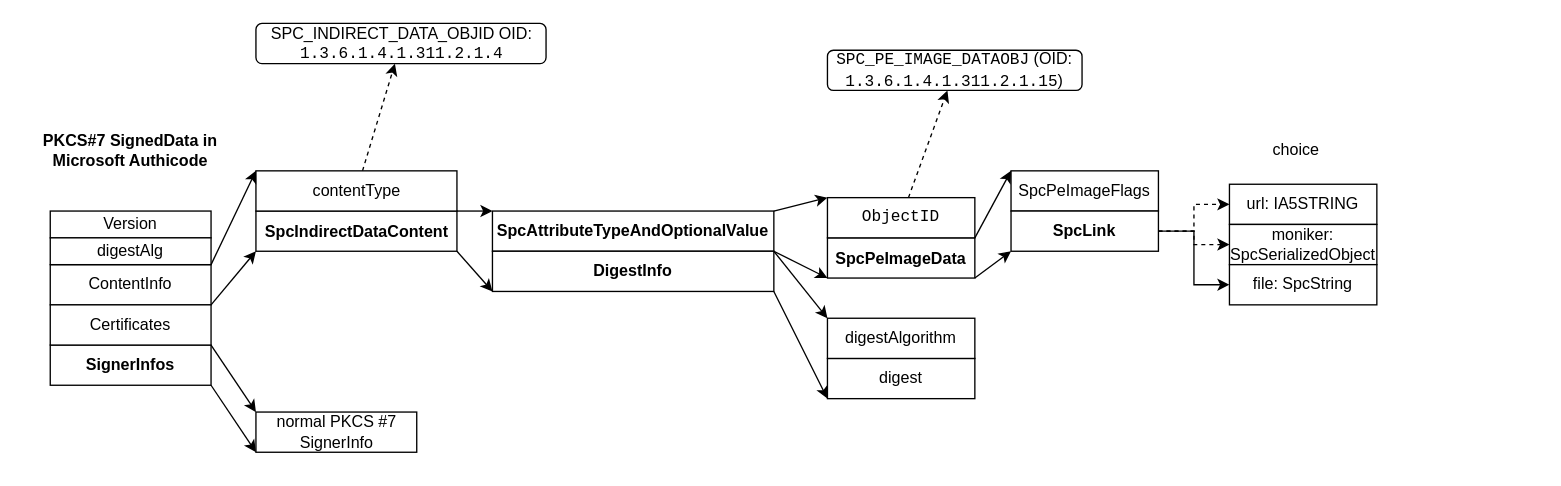
Before: signedData.drawio in pkking/mydrawio, a draw.io diagram. Source tidied: cells renumbered, new cells numbered last; positions are measured from the earlier drawing's top-left corner, leaving out a move shared by most shapes. Both pictures are drawn from the tidied source at 134%, with x=0, y=0 at pixel (23, 23).
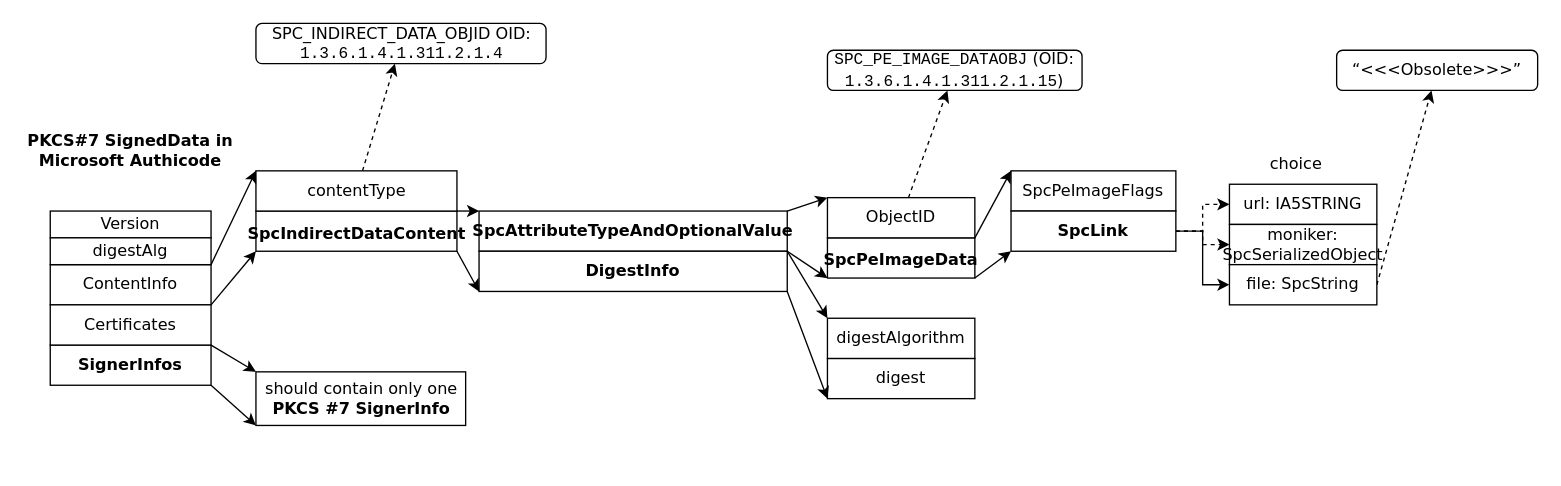
The same page after the edit.

The edit, as a diff of the source:
```diff
@@
-    <mxCell id="2" value="Version" style="rounded=0;whiteSpace=wrap;html=1;fontFamily=Helvetica;" parent="1" vertex="1">
+    <mxCell id="2" value="Version" style="rounded=0;whiteSpace=wrap;html=1;fontFamily=Verdana;" parent="1" vertex="1">
       <mxGeometry x="20" y="140" width="120" height="20" as="geometry" />
     </mxCell>
-    <mxCell id="3" value="ContentInfo" style="rounded=0;whiteSpace=wrap;html=1;fontFamily=Helvetica;" parent="1" vertex="1">
+    <mxCell id="3" value="ContentInfo" style="rounded=0;whiteSpace=wrap;html=1;fontFamily=Verdana;" parent="1" vertex="1">
       <mxGeometry x="20" y="180" width="120" height="30" as="geometry" />
     </mxCell>
-    <mxCell id="4" value="SignerInfos" style="rounded=0;whiteSpace=wrap;html=1;fontFamily=Helvetica;fontStyle=1;" parent="1" vertex="1">
+    <mxCell id="4" value="SignerInfos" style="rounded=0;whiteSpace=wrap;html=1;fontFamily=Verdana;fontStyle=1;" parent="1" vertex="1">
       <mxGeometry x="20" y="240" width="120" height="30" as="geometry" />
     </mxCell>
-    <mxCell id="5" value="digestAlg" style="rounded=0;whiteSpace=wrap;html=1;fontFamily=Helvetica;" parent="1" vertex="1">
+    <mxCell id="5" value="digestAlg" style="rounded=0;whiteSpace=wrap;html=1;fontFamily=Verdana;" parent="1" vertex="1">
       <mxGeometry x="20" y="160" width="120" height="20" as="geometry" />
     </mxCell>
-    <mxCell id="6" value="Certificates" style="rounded=0;whiteSpace=wrap;html=1;fontFamily=Helvetica;" parent="1" vertex="1">
+    <mxCell id="6" value="Certificates" style="rounded=0;whiteSpace=wrap;html=1;fontFamily=Verdana;" parent="1" vertex="1">
       <mxGeometry x="20" y="210" width="120" height="30" as="geometry" />
     </mxCell>
-    <mxCell id="7" value="&lt;font&gt;&lt;b&gt;PKCS#7 SignedData in Microsoft Authicode&lt;br&gt;&lt;/b&gt;&lt;/font&gt;" style="text;html=1;strokeColor=none;fillColor=none;align=center;verticalAlign=middle;whiteSpace=wrap;rounded=0;fontFamily=Helvetica;" parent="1" vertex="1">
+    <mxCell id="7" value="&lt;font&gt;&lt;b&gt;PKCS#7 SignedData in Microsoft Authicode&lt;br&gt;&lt;/b&gt;&lt;/font&gt;" style="text;html=1;strokeColor=none;fillColor=none;align=center;verticalAlign=middle;whiteSpace=wrap;rounded=0;fontFamily=Verdana;" parent="1" vertex="1">
       <mxGeometry y="80" width="160" height="30" as="geometry" />
     </mxCell>
-    <mxCell id="8" value="&lt;div align=&quot;center&quot;&gt;&lt;span style=&quot;mso-bidi-font-weight:normal&quot;&gt;SpcIndirectDataContent&lt;/span&gt;&lt;span style=&quot;font-size: 11pt;&quot; lang=&quot;EN-US&quot;&gt; &lt;/span&gt;&lt;/div&gt;" style="rounded=0;whiteSpace=wrap;html=1;fontFamily=Helvetica;fontStyle=1;align=center;" parent="1" vertex="1">
+    <mxCell id="8" value="&lt;div align=&quot;center&quot;&gt;&lt;span style=&quot;mso-bidi-font-weight:normal&quot;&gt;SpcIndirectDataContent&lt;/span&gt;&lt;span style=&quot;font-size: 11pt;&quot; lang=&quot;EN-US&quot;&gt; &lt;/span&gt;&lt;/div&gt;" style="rounded=0;whiteSpace=wrap;html=1;fontFamily=Verdana;fontStyle=1;align=center;" parent="1" vertex="1">
       <mxGeometry x="173.5" y="140" width="150" height="30" as="geometry" />
     </mxCell>
-    <mxCell id="9" style="rounded=0;jettySize=auto;html=1;dashed=1;" parent="1" edge="1" source="10" target="40">
+    <mxCell id="9" style="rounded=0;jettySize=auto;html=1;dashed=1;fontFamily=Verdana;" parent="1" edge="1" source="10" target="40">
       <mxGeometry relative="1" as="geometry" />
     </mxCell>
-    <mxCell id="10" value="&lt;span style=&quot;mso-bidi-font-weight:normal&quot;&gt;contentType&lt;br&gt;&lt;/span&gt;" style="rounded=0;whiteSpace=wrap;html=1;fontFamily=Helvetica;fontStyle=0;" parent="1" vertex="1">
+    <mxCell id="10" value="&lt;span style=&quot;mso-bidi-font-weight:normal&quot;&gt;contentType&lt;br&gt;&lt;/span&gt;" style="rounded=0;whiteSpace=wrap;html=1;fontFamily=Verdana;fontStyle=0;" parent="1" vertex="1">
       <mxGeometry x="173.5" y="110" width="150" height="30" as="geometry" />
     </mxCell>
-    <mxCell id="11" style="endArrow=classic;html=1;rounded=0;entryX=0;entryY=0;entryDx=0;entryDy=0;fontFamily=Helvetica;" parent="1" edge="1" target="10">
+    <mxCell id="11" style="endArrow=classic;html=1;rounded=0;entryX=0;entryY=0;entryDx=0;entryDy=0;fontFamily=Verdana;" parent="1" edge="1" target="10">
       <mxGeometry relative="1" as="geometry">
         <mxPoint x="140" y="180" as="sourcePoint" />
       </mxGeometry>
     </mxCell>
-    <mxCell id="12" style="endArrow=classic;html=1;rounded=0;exitX=1;exitY=1;exitDx=0;exitDy=0;entryX=0;entryY=1;entryDx=0;entryDy=0;fontFamily=Helvetica;" parent="1" edge="1" source="3" target="8">
+    <mxCell id="12" style="endArrow=classic;html=1;rounded=0;exitX=1;exitY=1;exitDx=0;exitDy=0;entryX=0;entryY=1;entryDx=0;entryDy=0;fontFamily=Verdana;" parent="1" edge="1" source="3" target="8">
       <mxGeometry relative="1" as="geometry" />
     </mxCell>
-    <mxCell id="13" value="SpcAttributeTypeAndOptionalValue" style="rounded=0;whiteSpace=wrap;html=1;fontFamily=Helvetica;fontStyle=1;" parent="1" vertex="1">
-      <mxGeometry x="350" y="140" width="210" height="30" as="geometry" />
+    <mxCell id="13" value="SpcAttributeTypeAndOptionalValue" style="rounded=0;whiteSpace=wrap;html=1;fontFamily=Verdana;fontStyle=1;" parent="1" vertex="1">
+      <mxGeometry x="340" y="140" width="230" height="30" as="geometry" />
     </mxCell>
-    <mxCell id="14" value="DigestInfo" style="rounded=0;whiteSpace=wrap;html=1;fontFamily=Helvetica;fontStyle=1;" parent="1" vertex="1">
-      <mxGeometry x="350" y="170" width="210" height="30" as="geometry" />
+    <mxCell id="14" value="DigestInfo" style="rounded=0;whiteSpace=wrap;html=1;fontFamily=Verdana;fontStyle=1;" parent="1" vertex="1">
+      <mxGeometry x="340" y="170" width="230" height="30" as="geometry" />
     </mxCell>
-    <mxCell id="15" style="endArrow=classic;html=1;rounded=0;entryX=0;entryY=0;entryDx=0;entryDy=0;exitX=1;exitY=1;exitDx=0;exitDy=0;fontFamily=Helvetica;" parent="1" edge="1" source="10" target="13">
+    <mxCell id="15" style="endArrow=classic;html=1;rounded=0;entryX=0;entryY=0;entryDx=0;entryDy=0;exitX=1;exitY=1;exitDx=0;exitDy=0;fontFamily=Verdana;" parent="1" edge="1" source="10" target="13">
       <mxGeometry relative="1" as="geometry" />
     </mxCell>
-    <mxCell id="16" style="endArrow=classic;html=1;rounded=0;exitX=1;exitY=1;exitDx=0;exitDy=0;entryX=0;entryY=1;entryDx=0;entryDy=0;fontFamily=Helvetica;" parent="1" edge="1" source="8" target="14">
+    <mxCell id="16" style="endArrow=classic;html=1;rounded=0;exitX=1;exitY=1;exitDx=0;exitDy=0;entryX=0;entryY=1;entryDx=0;entryDy=0;fontFamily=Verdana;" parent="1" edge="1" source="8" target="14">
       <mxGeometry relative="1" as="geometry" />
     </mxCell>
-    <mxCell id="17" value="&lt;b style=&quot;mso-bidi-font-weight:normal&quot;&gt;SpcPeImageData&lt;/b&gt;&lt;span style=&quot;font-size: 11pt;&quot; lang=&quot;EN-US&quot;&gt; &lt;/span&gt;" style="rounded=0;whiteSpace=wrap;html=1;fontFamily=Helvetica;" parent="1" vertex="1">
+    <mxCell id="17" value="&lt;b style=&quot;mso-bidi-font-weight:normal&quot;&gt;SpcPeImageData&lt;/b&gt;&lt;span style=&quot;font-size: 11pt;&quot; lang=&quot;EN-US&quot;&gt; &lt;/span&gt;" style="rounded=0;whiteSpace=wrap;html=1;fontFamily=Verdana;" parent="1" vertex="1">
       <mxGeometry x="600" y="160" width="110" height="30" as="geometry" />
     </mxCell>
-    <mxCell id="18" style="rounded=0;jettySize=auto;html=1;dashed=1;" parent="1" edge="1" source="19" target="41">
+    <mxCell id="18" style="rounded=0;jettySize=auto;html=1;dashed=1;fontFamily=Verdana;" parent="1" edge="1" source="19" target="41">
       <mxGeometry relative="1" as="geometry" />
     </mxCell>
-    <mxCell id="19" value="&lt;pre&gt;ObjectID&lt;/pre&gt;" style="rounded=0;whiteSpace=wrap;html=1;fontFamily=Helvetica;" parent="1" vertex="1">
+    <mxCell id="19" value="&lt;div&gt;ObjectID&lt;/div&gt;" style="rounded=0;whiteSpace=wrap;html=1;fontFamily=Verdana;" parent="1" vertex="1">
       <mxGeometry x="600" y="130" width="110" height="30" as="geometry" />
     </mxCell>
-    <mxCell id="20" style="endArrow=classic;html=1;rounded=0;entryX=0;entryY=0;entryDx=0;entryDy=0;fontFamily=Helvetica;" parent="1" edge="1" target="19">
-      <mxGeometry relative="1" as="geometry">
-        <mxPoint x="560" y="140" as="sourcePoint" />
-      </mxGeometry>
+    <mxCell id="20" style="endArrow=classic;html=1;rounded=0;entryX=0;entryY=0;entryDx=0;entryDy=0;fontFamily=Verdana;exitX=1;exitY=0;exitDx=0;exitDy=0;" parent="1" edge="1" source="13" target="19">
+      <mxGeometry relative="1" as="geometry" />
     </mxCell>
-    <mxCell id="21" style="endArrow=classic;html=1;rounded=0;entryX=0;entryY=1;entryDx=0;entryDy=0;exitX=1;exitY=0;exitDx=0;exitDy=0;fontFamily=Helvetica;" parent="1" edge="1" source="14" target="17">
+    <mxCell id="21" style="endArrow=classic;html=1;rounded=0;entryX=0;entryY=1;entryDx=0;entryDy=0;exitX=1;exitY=0;exitDx=0;exitDy=0;fontFamily=Verdana;" parent="1" edge="1" source="14" target="17">
       <mxGeometry relative="1" as="geometry" />
     </mxCell>
-    <mxCell id="22" value="&lt;p class=&quot;DT&quot;&gt;digest&lt;/p&gt;" style="rounded=0;whiteSpace=wrap;html=1;fontFamily=Helvetica;" parent="1" vertex="1">
+    <mxCell id="22" value="&lt;p class=&quot;DT&quot;&gt;digest&lt;/p&gt;" style="rounded=0;whiteSpace=wrap;html=1;fontFamily=Verdana;" parent="1" vertex="1">
       <mxGeometry x="600" y="250" width="110" height="30" as="geometry" />
     </mxCell>
-    <mxCell id="23" value="&lt;p class=&quot;DT&quot;&gt;digestAlgorithm&lt;/p&gt;" style="rounded=0;whiteSpace=wrap;html=1;fontFamily=Helvetica;" parent="1" vertex="1">
+    <mxCell id="23" value="&lt;p class=&quot;DT&quot;&gt;digestAlgorithm&lt;/p&gt;" style="rounded=0;whiteSpace=wrap;html=1;fontFamily=Verdana;" parent="1" vertex="1">
       <mxGeometry x="600" y="220" width="110" height="30" as="geometry" />
     </mxCell>
-    <mxCell id="24" style="endArrow=classic;html=1;rounded=0;entryX=0;entryY=0;entryDx=0;entryDy=0;exitX=1;exitY=0;exitDx=0;exitDy=0;fontFamily=Helvetica;" parent="1" edge="1" source="14" target="23">
+    <mxCell id="24" style="endArrow=classic;html=1;rounded=0;entryX=0;entryY=0;entryDx=0;entryDy=0;exitX=1;exitY=0;exitDx=0;exitDy=0;fontFamily=Verdana;" parent="1" edge="1" source="14" target="23">
       <mxGeometry relative="1" as="geometry" />
     </mxCell>
-    <mxCell id="25" style="endArrow=classic;html=1;rounded=0;entryX=0;entryY=1;entryDx=0;entryDy=0;exitX=1;exitY=0;exitDx=0;exitDy=0;fontFamily=Helvetica;" parent="1" edge="1" target="22">
-      <mxGeometry relative="1" as="geometry">
-        <mxPoint x="560" y="200" as="sourcePoint" />
-      </mxGeometry>
+    <mxCell id="25" style="endArrow=classic;html=1;rounded=0;entryX=0;entryY=1;entryDx=0;entryDy=0;exitX=1;exitY=1;exitDx=0;exitDy=0;fontFamily=Verdana;" parent="1" edge="1" source="14" target="22">
+      <mxGeometry relative="1" as="geometry" />
     </mxCell>
-    <mxCell id="26" value="SpcPeImageFlags " style="rounded=0;whiteSpace=wrap;html=1;fontFamily=Helvetica;" parent="1" vertex="1">
-      <mxGeometry x="737" y="110" width="110" height="30" as="geometry" />
+    <mxCell id="26" value="SpcPeImageFlags " style="rounded=0;whiteSpace=wrap;html=1;fontFamily=Verdana;" parent="1" vertex="1">
+      <mxGeometry x="737" y="110" width="123" height="30" as="geometry" />
     </mxCell>
-    <mxCell id="27" style="edgeStyle=orthogonalEdgeStyle;rounded=0;jettySize=auto;html=1;entryX=0;entryY=0.5;entryDx=0;entryDy=0;dashed=1;fontFamily=Helvetica;" parent="1" edge="1" source="30" target="33">
+    <mxCell id="27" style="edgeStyle=orthogonalEdgeStyle;rounded=0;jettySize=auto;html=1;entryX=0;entryY=0.5;entryDx=0;entryDy=0;dashed=1;fontFamily=Verdana;" parent="1" edge="1" source="30" target="33">
       <mxGeometry relative="1" as="geometry" />
     </mxCell>
-    <mxCell id="28" style="edgeStyle=orthogonalEdgeStyle;rounded=0;jettySize=auto;html=1;dashed=1;fontFamily=Helvetica;" parent="1" edge="1" source="30" target="34">
+    <mxCell id="28" style="edgeStyle=orthogonalEdgeStyle;rounded=0;jettySize=auto;html=1;dashed=1;fontFamily=Verdana;" parent="1" edge="1" source="30" target="34">
       <mxGeometry relative="1" as="geometry" />
     </mxCell>
-    <mxCell id="29" style="edgeStyle=orthogonalEdgeStyle;rounded=0;jettySize=auto;html=1;entryX=0;entryY=0.5;entryDx=0;entryDy=0;fontFamily=Helvetica;" parent="1" edge="1" source="30" target="35">
+    <mxCell id="29" style="edgeStyle=orthogonalEdgeStyle;rounded=0;jettySize=auto;html=1;entryX=0;entryY=0.5;entryDx=0;entryDy=0;fontFamily=Verdana;" parent="1" edge="1" source="30" target="35">
       <mxGeometry relative="1" as="geometry" />
     </mxCell>
-    <mxCell id="30" value="SpcLink" style="rounded=0;whiteSpace=wrap;html=1;fontFamily=Helvetica;fontStyle=1;" parent="1" vertex="1">
-      <mxGeometry x="737" y="140" width="110" height="30" as="geometry" />
+    <mxCell id="30" value="SpcLink" style="rounded=0;whiteSpace=wrap;html=1;fontFamily=Verdana;fontStyle=1;" parent="1" vertex="1">
+      <mxGeometry x="737" y="140" width="123" height="30" as="geometry" />
     </mxCell>
-    <mxCell id="31" style="endArrow=classic;html=1;rounded=0;entryX=0;entryY=0;entryDx=0;entryDy=0;fontFamily=Helvetica;" parent="1" edge="1" target="26">
+    <mxCell id="31" style="endArrow=classic;html=1;rounded=0;entryX=0;entryY=0;entryDx=0;entryDy=0;fontFamily=Verdana;" parent="1" edge="1" target="26">
       <mxGeometry relative="1" as="geometry">
         <mxPoint x="710" y="160" as="sourcePoint" />
       </mxGeometry>
     </mxCell>
-    <mxCell id="32" style="endArrow=classic;html=1;rounded=0;entryX=0;entryY=1;entryDx=0;entryDy=0;exitX=1;exitY=0;exitDx=0;exitDy=0;fontFamily=Helvetica;" parent="1" edge="1" target="30">
+    <mxCell id="32" style="endArrow=classic;html=1;rounded=0;entryX=0;entryY=1;entryDx=0;entryDy=0;exitX=1;exitY=0;exitDx=0;exitDy=0;fontFamily=Verdana;" parent="1" edge="1" target="30">
       <mxGeometry relative="1" as="geometry">
         <mxPoint x="710" y="190" as="sourcePoint" />
       </mxGeometry>
     </mxCell>
-    <mxCell id="33" value="url: IA5STRING" style="rounded=0;whiteSpace=wrap;html=1;fontFamily=Helvetica;" parent="1" vertex="1">
+    <mxCell id="33" value="url: IA5STRING" style="rounded=0;whiteSpace=wrap;html=1;fontFamily=Verdana;" parent="1" vertex="1">
       <mxGeometry x="900" y="120" width="110" height="30" as="geometry" />
     </mxCell>
-    <mxCell id="34" value="moniker: SpcSerializedObject" style="rounded=0;whiteSpace=wrap;html=1;fontFamily=Helvetica;" parent="1" vertex="1">
+    <mxCell id="34" value="moniker: SpcSerializedObject" style="rounded=0;whiteSpace=wrap;html=1;fontFamily=Verdana;" parent="1" vertex="1">
       <mxGeometry x="900" y="150" width="110" height="30" as="geometry" />
     </mxCell>
+    <mxCell id="42" style="rounded=0;jettySize=auto;html=1;dashed=1;exitX=1;exitY=0.5;exitDx=0;exitDy=0;" parent="1" edge="1" source="35" target="43">
+      <mxGeometry relative="1" as="geometry" />
+    </mxCell>
-    <mxCell id="35" value="file: SpcString" style="rounded=0;whiteSpace=wrap;html=1;fontFamily=Helvetica;" parent="1" vertex="1">
+    <mxCell id="35" value="file: SpcString" style="rounded=0;whiteSpace=wrap;html=1;fontFamily=Verdana;" parent="1" vertex="1">
       <mxGeometry x="900" y="180" width="110" height="30" as="geometry" />
     </mxCell>
-    <mxCell id="36" value="choice" style="text;html=1;strokeColor=none;fillColor=none;align=center;verticalAlign=middle;whiteSpace=wrap;rounded=0;fontFamily=Helvetica;" parent="1" vertex="1">
-      <mxGeometry x="920" y="80" width="60" height="30" as="geometry" />
+    <mxCell id="36" value="choice" style="text;html=1;strokeColor=none;fillColor=none;align=center;verticalAlign=middle;whiteSpace=wrap;rounded=0;fontFamily=Verdana;" parent="1" vertex="1">
+      <mxGeometry x="920" y="90" width="60" height="30" as="geometry" />
     </mxCell>
-    <mxCell id="37" value="normal PKCS #7 SignerInfo" style="rounded=0;whiteSpace=wrap;html=1;fontFamily=Helvetica;" parent="1" vertex="1">
-      <mxGeometry x="173.5" y="290" width="120" height="30" as="geometry" />
+    <mxCell id="37" value="should contain only one &lt;b&gt;PKCS #7 SignerInfo&lt;/b&gt;" style="rounded=0;whiteSpace=wrap;html=1;fontFamily=Verdana;" parent="1" vertex="1">
+      <mxGeometry x="173.5" y="260" width="156.5" height="40" as="geometry" />
     </mxCell>
-    <mxCell id="38" style="endArrow=classic;html=1;rounded=0;exitX=1;exitY=1;exitDx=0;exitDy=0;entryX=0;entryY=0;entryDx=0;entryDy=0;fontFamily=Helvetica;" parent="1" edge="1" source="6" target="37">
+    <mxCell id="38" style="endArrow=classic;html=1;rounded=0;exitX=1;exitY=1;exitDx=0;exitDy=0;entryX=0;entryY=0;entryDx=0;entryDy=0;fontFamily=Verdana;" parent="1" edge="1" source="6" target="37">
       <mxGeometry relative="1" as="geometry" />
     </mxCell>
-    <mxCell id="39" style="endArrow=classic;html=1;rounded=0;exitX=1;exitY=1;exitDx=0;exitDy=0;entryX=0;entryY=1;entryDx=0;entryDy=0;fontFamily=Helvetica;" parent="1" edge="1" source="4" target="37">
+    <mxCell id="39" style="endArrow=classic;html=1;rounded=0;exitX=1;exitY=1;exitDx=0;exitDy=0;entryX=0;entryY=1;entryDx=0;entryDy=0;fontFamily=Verdana;" parent="1" edge="1" source="4" target="37">
       <mxGeometry relative="1" as="geometry" />
     </mxCell>
-    <mxCell id="40" value="SPC_INDIRECT_DATA_OBJID OID: &lt;code class=&quot;docutils literal notranslate&quot;&gt;1.3.6.1.4.1.311.2.1.4&lt;/code&gt;" style="rounded=1;whiteSpace=wrap;html=1;fontFamily=Helvetica;fontStyle=0;glass=0;" parent="1" vertex="1">
+    <mxCell id="40" value="SPC_INDIRECT_DATA_OBJID OID: &lt;code class=&quot;docutils literal notranslate&quot;&gt;1.3.6.1.4.1.311.2.1.4&lt;/code&gt;" style="rounded=1;whiteSpace=wrap;html=1;fontFamily=Verdana;fontStyle=0;glass=0;" parent="1" vertex="1">
       <mxGeometry x="173.5" width="216.5" height="30" as="geometry" />
     </mxCell>
-    <mxCell id="41" value="&lt;code class=&quot;docutils literal notranslate&quot;&gt;SPC_PE_IMAGE_DATAOBJ&lt;/code&gt; (OID: &lt;code class=&quot;docutils literal notranslate&quot;&gt;&lt;span class=&quot;pre&quot;&gt;1.3.6.1.4.1.311.2.1.15&lt;/span&gt;&lt;/code&gt;)" style="rounded=1;whiteSpace=wrap;html=1;fontFamily=Helvetica;" parent="1" vertex="1">
+    <mxCell id="41" value="&lt;code class=&quot;docutils literal notranslate&quot;&gt;SPC_PE_IMAGE_DATAOBJ&lt;/code&gt; (OID: &lt;code class=&quot;docutils literal notranslate&quot;&gt;&lt;span class=&quot;pre&quot;&gt;1.3.6.1.4.1.311.2.1.15&lt;/span&gt;&lt;/code&gt;)" style="rounded=1;whiteSpace=wrap;html=1;fontFamily=Verdana;" parent="1" vertex="1">
       <mxGeometry x="600" y="20" width="190" height="30" as="geometry" />
     </mxCell>
+    <mxCell id="43" value="“&amp;lt;&amp;lt;&amp;lt;Obsolete&amp;gt;&amp;gt;&amp;gt;”" style="rounded=1;whiteSpace=wrap;html=1;fontFamily=Verdana;" parent="1" vertex="1">
+      <mxGeometry x="980" y="20" width="150" height="30" as="geometry" />
+    </mxCell>
```
